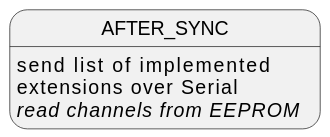
This is doc/eeprom/fsm_change.svg from koolskateguy89/arduino_21coa202_cw, a PlantUML export, as it was before one commit.
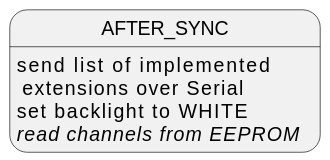
Above is the later version.

Diff of the diagram source:
```diff
@@ -1,5 +1,5 @@
 @startuml
 hide empty description
 
-AFTER_SYNC: send list of implemented\nextensions over Serial\n//read channels from EEPROM//
+AFTER_SYNC: send list of implemented\n extensions over Serial\nset backlight to WHITE\n//read channels from EEPROM//
 @enduml
```
